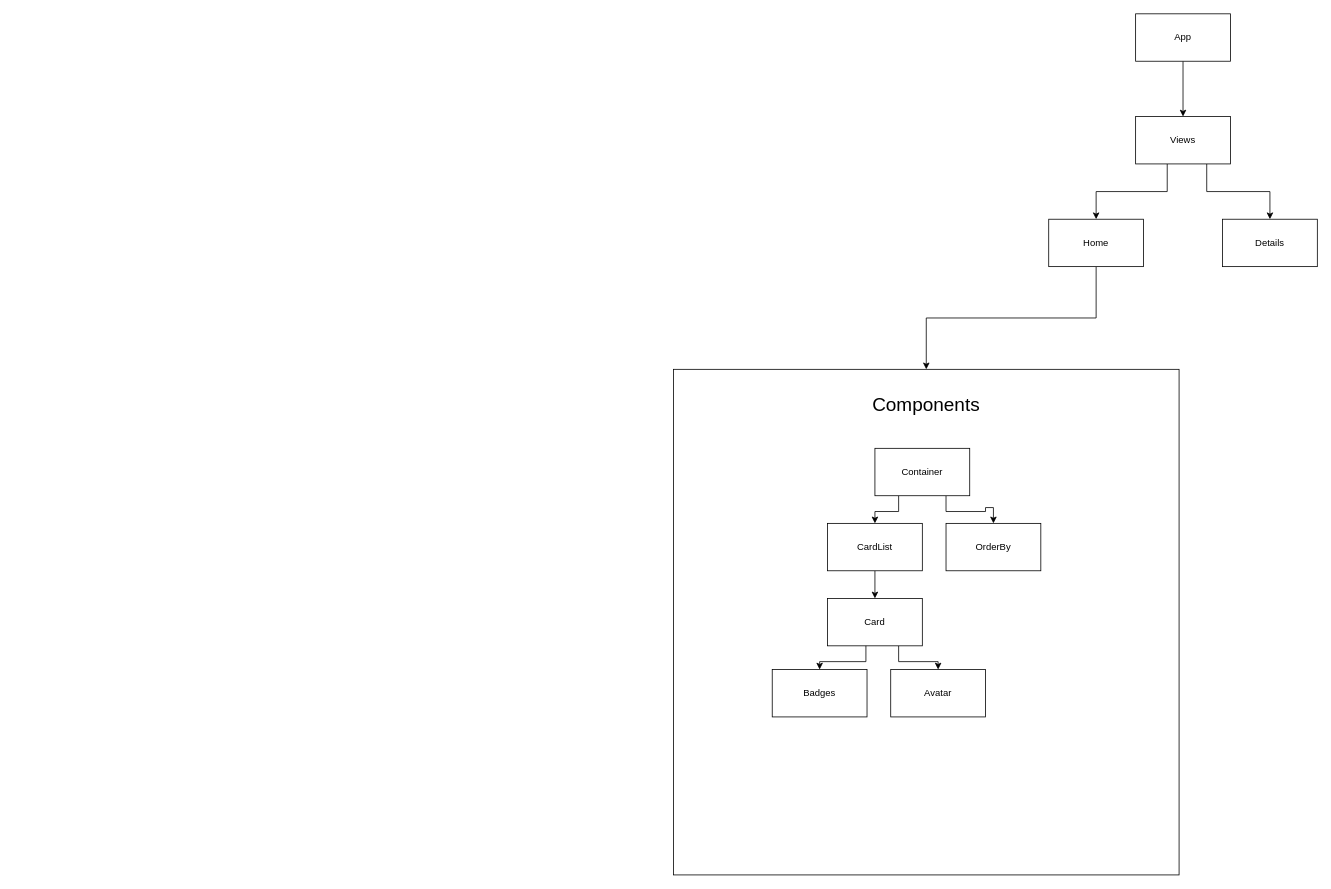
Earlier version of the draw.io diagram Diagram Components.drawio (monzter50/monorepo-turborepo). Source tidied: cells renumbered, new cells numbered last; positions are measured from the earlier drawing's top-left corner, leaving out a move shared by most shapes. Both pictures are drawn from the tidied source at 79%, with x=0, y=0 at pixel (673, 13).
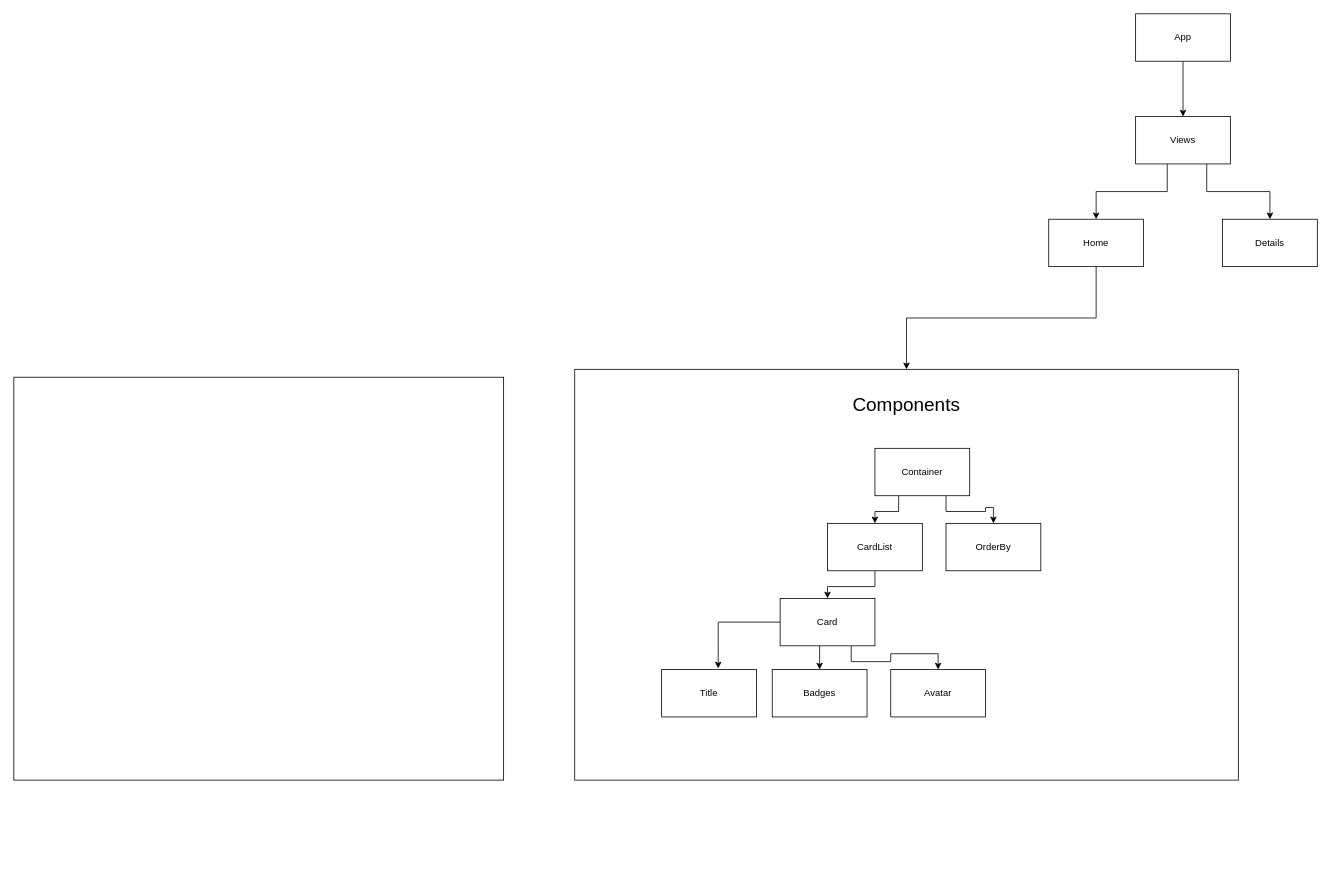
Above is the later version.

What changed in the source:
```diff
@@
     <mxCell id="2" style="whiteSpace=wrap;html=1;" parent="1" vertex="1">
-      <mxGeometry y="450" width="640" height="640" as="geometry" />
+      <mxGeometry x="-125" y="450" width="840" height="520" as="geometry" />
     </mxCell>
@@
+    <mxCell id="23" style="edgeStyle=orthogonalEdgeStyle;rounded=0;jettySize=auto;html=1;exitX=0;exitY=0.5;exitDx=0;exitDy=0;entryX=0.597;entryY=-0.022;entryDx=0;entryDy=0;entryPerimeter=0;fontSize=24;" parent="1" edge="1" source="19" target="24">
+      <mxGeometry relative="1" as="geometry" />
+    </mxCell>
     <mxCell id="19" value="Card" style="rounded=0;whiteSpace=wrap;html=1;" parent="1" vertex="1">
-      <mxGeometry x="195" y="740" width="120" height="60" as="geometry" />
+      <mxGeometry x="135" y="740" width="120" height="60" as="geometry" />
     </mxCell>
@@
     <mxCell id="22" value="Components" style="text;html=1;strokeColor=none;fillColor=none;align=center;verticalAlign=middle;whiteSpace=wrap;rounded=0;fontSize=24;" parent="1" vertex="1">
-      <mxGeometry x="265" y="480" width="110" height="30" as="geometry" />
+      <mxGeometry x="240" y="480" width="110" height="30" as="geometry" />
     </mxCell>
+    <mxCell id="24" value="Title" style="rounded=0;whiteSpace=wrap;html=1;" parent="1" vertex="1">
+      <mxGeometry x="-15" y="830" width="120" height="60" as="geometry" />
+    </mxCell>
+    <mxCell id="25" style="whiteSpace=wrap;html=1;fontSize=24;" parent="1" vertex="1">
+      <mxGeometry x="-835" y="460" width="620" height="510" as="geometry" />
+    </mxCell>
```
